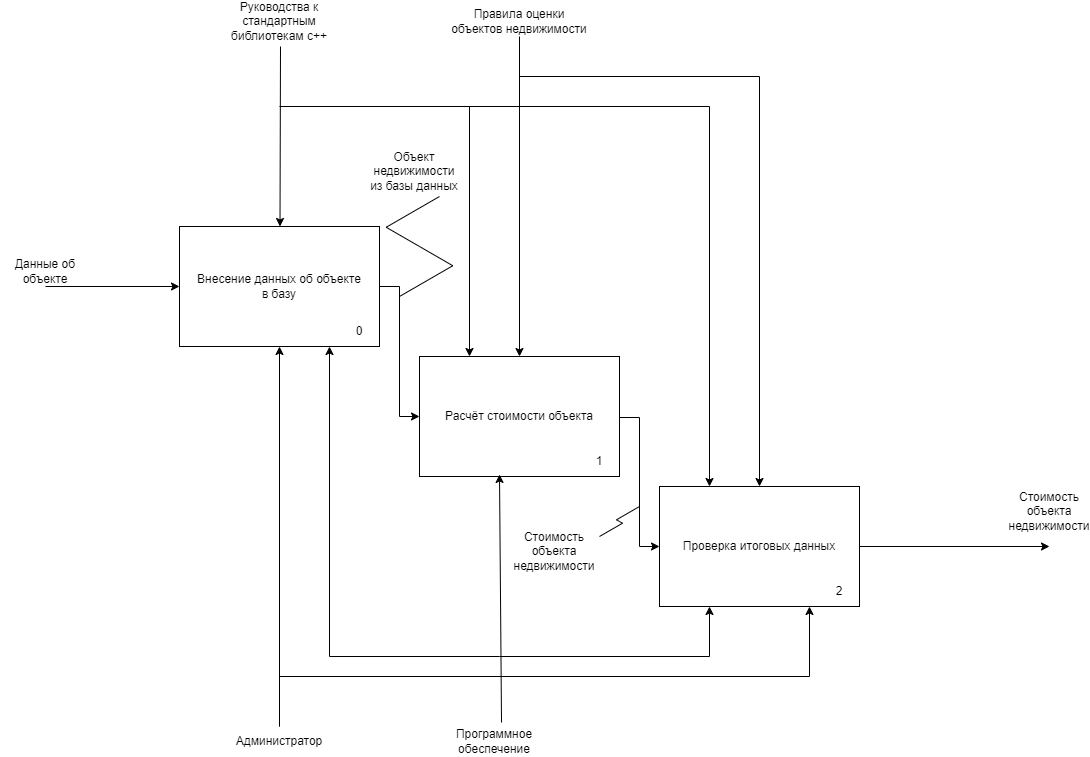
The draw.io diagram Бюрократия/Картинки-схемы/IDEF0BOOPID2.drawio.png in ThomasCharester/KursuckBOOPID, before a commit. Source tidied: cells renumbered, new cells last; positions are measured from the earlier drawing's top-left corner, leaving out a move shared by most shapes. The source it was exported from:
```xml
<mxGraphModel>
  <root>
    <mxCell id="0" />
    <mxCell id="1" parent="0" />
    <mxCell id="2" style="edgeStyle=orthogonalEdgeStyle;rounded=0;jettySize=auto;html=1;" parent="1" edge="1" source="3" target="14">
      <mxGeometry relative="1" as="geometry" />
    </mxCell>
    <mxCell id="3" value="Правила оценки объектов недвижимости" style="text;html=1;align=center;verticalAlign=middle;whiteSpace=wrap;rounded=0;" parent="1" vertex="1">
      <mxGeometry x="449" width="140" height="30" as="geometry" />
    </mxCell>
    <mxCell id="4" style="endArrow=classic;html=1;rounded=0;exitX=0.5;exitY=1;exitDx=0;exitDy=0;entryX=0;entryY=0.5;entryDx=0;entryDy=0;" parent="1" edge="1" source="5" target="10">
      <mxGeometry relative="1" as="geometry" />
    </mxCell>
    <mxCell id="5" value="Данные об объекте" style="text;html=1;align=center;verticalAlign=middle;whiteSpace=wrap;rounded=0;" parent="1" vertex="1">
      <mxGeometry y="250" width="90" height="30" as="geometry" />
    </mxCell>
    <mxCell id="6" style="edgeStyle=orthogonalEdgeStyle;rounded=0;jettySize=auto;html=1;entryX=0.75;entryY=1;entryDx=0;entryDy=0;" parent="1" edge="1" source="7" target="19">
      <mxGeometry relative="1" as="geometry">
        <Array as="points">
          <mxPoint x="279" y="670" />
          <mxPoint x="809" y="670" />
        </Array>
      </mxGeometry>
    </mxCell>
    <mxCell id="7" value="Администратор" style="text;html=1;align=center;verticalAlign=middle;whiteSpace=wrap;rounded=0;" parent="1" vertex="1">
      <mxGeometry x="234" y="720" width="90" height="30" as="geometry" />
    </mxCell>
    <mxCell id="8" style="edgeStyle=orthogonalEdgeStyle;rounded=0;orthogonalLoop=1;jettySize=auto;html=1;exitX=1;exitY=0.5;exitDx=0;exitDy=0;" parent="1" edge="1">
      <mxGeometry relative="1" as="geometry">
        <mxPoint x="859" y="540" as="sourcePoint" />
        <mxPoint x="1049" y="540" as="targetPoint" />
      </mxGeometry>
    </mxCell>
    <mxCell id="9" style="edgeStyle=orthogonalEdgeStyle;rounded=0;jettySize=auto;html=1;entryX=0;entryY=0.5;entryDx=0;entryDy=0;" parent="1" edge="1" source="10" target="14">
      <mxGeometry relative="1" as="geometry" />
    </mxCell>
    <mxCell id="10" value="Внесение данных об объекте&lt;br&gt;в базу" style="rounded=0;whiteSpace=wrap;html=1;" parent="1" vertex="1">
      <mxGeometry x="179" y="220" width="200" height="120" as="geometry" />
    </mxCell>
    <mxCell id="11" value="0" style="text;html=1;align=center;verticalAlign=middle;whiteSpace=wrap;rounded=0;" parent="1" vertex="1">
      <mxGeometry x="329" y="310" width="60" height="30" as="geometry" />
    </mxCell>
    <mxCell id="12" style="edgeStyle=orthogonalEdgeStyle;rounded=0;jettySize=auto;html=1;entryX=0.5;entryY=1;entryDx=0;entryDy=0;" parent="1" edge="1" source="7" target="10">
      <mxGeometry relative="1" as="geometry" />
    </mxCell>
    <mxCell id="13" value="Стоимость объекта недвижимости" style="text;html=1;align=center;verticalAlign=middle;whiteSpace=wrap;rounded=0;" parent="1" vertex="1">
      <mxGeometry x="1009" y="490" width="80" height="30" as="geometry" />
    </mxCell>
    <mxCell id="14" value="Расчёт стоимости объекта" style="rounded=0;whiteSpace=wrap;html=1;" parent="1" vertex="1">
      <mxGeometry x="419" y="350" width="200" height="120" as="geometry" />
    </mxCell>
    <mxCell id="15" value="1" style="text;html=1;align=center;verticalAlign=middle;whiteSpace=wrap;rounded=0;" parent="1" vertex="1">
      <mxGeometry x="569" y="440" width="60" height="30" as="geometry" />
    </mxCell>
    <mxCell id="16" style="edgeStyle=isometricEdgeStyle;endArrow=none;html=1;rounded=0;" parent="1" edge="1">
      <mxGeometry relative="1" as="geometry">
        <mxPoint x="399" y="290" as="sourcePoint" />
        <mxPoint x="439" y="190" as="targetPoint" />
      </mxGeometry>
    </mxCell>
    <mxCell id="17" value="Объект недвижимости из базы данных" style="text;html=1;align=center;verticalAlign=middle;whiteSpace=wrap;rounded=0;" parent="1" vertex="1">
      <mxGeometry x="369" y="150" width="90" height="30" as="geometry" />
    </mxCell>
    <mxCell id="18" style="edgeStyle=orthogonalEdgeStyle;rounded=0;jettySize=auto;html=1;entryX=0;entryY=0.5;entryDx=0;entryDy=0;" parent="1" edge="1" target="19">
      <mxGeometry relative="1" as="geometry">
        <mxPoint x="619" y="410" as="sourcePoint" />
        <Array as="points">
          <mxPoint x="619" y="411" />
          <mxPoint x="639" y="411" />
          <mxPoint x="639" y="540" />
        </Array>
      </mxGeometry>
    </mxCell>
    <mxCell id="19" value="Проверка итоговых данных" style="rounded=0;whiteSpace=wrap;html=1;" parent="1" vertex="1">
      <mxGeometry x="659" y="480" width="200" height="120" as="geometry" />
    </mxCell>
    <mxCell id="20" value="2" style="text;html=1;align=center;verticalAlign=middle;whiteSpace=wrap;rounded=0;" parent="1" vertex="1">
      <mxGeometry x="809" y="570" width="60" height="30" as="geometry" />
    </mxCell>
    <mxCell id="21" style="edgeStyle=isometricEdgeStyle;endArrow=none;html=1;rounded=0;entryX=1;entryY=0;entryDx=0;entryDy=0;" parent="1" edge="1" target="22">
      <mxGeometry relative="1" as="geometry">
        <mxPoint x="639" y="500" as="sourcePoint" />
      </mxGeometry>
    </mxCell>
    <mxCell id="22" value="Стоимость объекта недвижимости" style="text;html=1;align=center;verticalAlign=middle;whiteSpace=wrap;rounded=0;" parent="1" vertex="1">
      <mxGeometry x="509" y="530" width="90" height="30" as="geometry" />
    </mxCell>
    <mxCell id="23" style="endArrow=classic;html=1;rounded=0;entryX=0.205;entryY=0;entryDx=0;entryDy=0;entryPerimeter=0;" parent="1" edge="1">
      <mxGeometry relative="1" as="geometry">
        <mxPoint x="280" y="40" as="sourcePoint" />
        <mxPoint x="279.5" y="220" as="targetPoint" />
      </mxGeometry>
    </mxCell>
    <mxCell id="24" value="Руководства к стандартным библиотекам c++" style="text;html=1;align=center;verticalAlign=middle;whiteSpace=wrap;rounded=0;" parent="1" vertex="1">
      <mxGeometry x="209" width="140" height="30" as="geometry" />
    </mxCell>
    <mxCell id="25" style="endArrow=classic;html=1;rounded=0;" parent="1" edge="1" target="19">
      <mxGeometry relative="1" as="geometry">
        <mxPoint x="519" y="70" as="sourcePoint" />
        <Array as="points">
          <mxPoint x="759" y="70" />
        </Array>
      </mxGeometry>
    </mxCell>
    <mxCell id="26" style="endArrow=classic;html=1;rounded=0;entryX=0.25;entryY=0;entryDx=0;entryDy=0;" parent="1" edge="1" target="19">
      <mxGeometry relative="1" as="geometry">
        <mxPoint x="279" y="100" as="sourcePoint" />
        <Array as="points">
          <mxPoint x="709" y="100" />
        </Array>
      </mxGeometry>
    </mxCell>
    <mxCell id="27" style="endArrow=classic;html=1;rounded=0;entryX=0.25;entryY=0;entryDx=0;entryDy=0;" parent="1" edge="1" target="14">
      <mxGeometry relative="1" as="geometry">
        <mxPoint x="469" y="100" as="sourcePoint" />
      </mxGeometry>
    </mxCell>
    <mxCell id="28" style="endArrow=classic;html=1;rounded=0;entryX=0.4;entryY=0.983;entryDx=0;entryDy=0;entryPerimeter=0;exitX=0.578;exitY=-0.133;exitDx=0;exitDy=0;exitPerimeter=0;" parent="1" edge="1" source="29" target="14">
      <mxGeometry relative="1" as="geometry" />
    </mxCell>
    <mxCell id="29" value="Программное обеспечение" style="text;html=1;align=center;verticalAlign=middle;whiteSpace=wrap;rounded=0;" parent="1" vertex="1">
      <mxGeometry x="449" y="720" width="90" height="30" as="geometry" />
    </mxCell>
    <mxCell id="30" style="endArrow=classic;html=1;rounded=0;entryX=0.75;entryY=1;entryDx=0;entryDy=0;" parent="1" edge="1" target="10">
      <mxGeometry relative="1" as="geometry">
        <mxPoint x="499" y="650" as="sourcePoint" />
        <Array as="points">
          <mxPoint x="329" y="650" />
        </Array>
      </mxGeometry>
    </mxCell>
    <mxCell id="31" style="endArrow=classic;html=1;rounded=0;entryX=0.25;entryY=1;entryDx=0;entryDy=0;" parent="1" edge="1" target="19">
      <mxGeometry relative="1" as="geometry">
        <mxPoint x="499" y="650" as="sourcePoint" />
        <Array as="points">
          <mxPoint x="709" y="650" />
        </Array>
      </mxGeometry>
    </mxCell>
  </root>
</mxGraphModel>
```
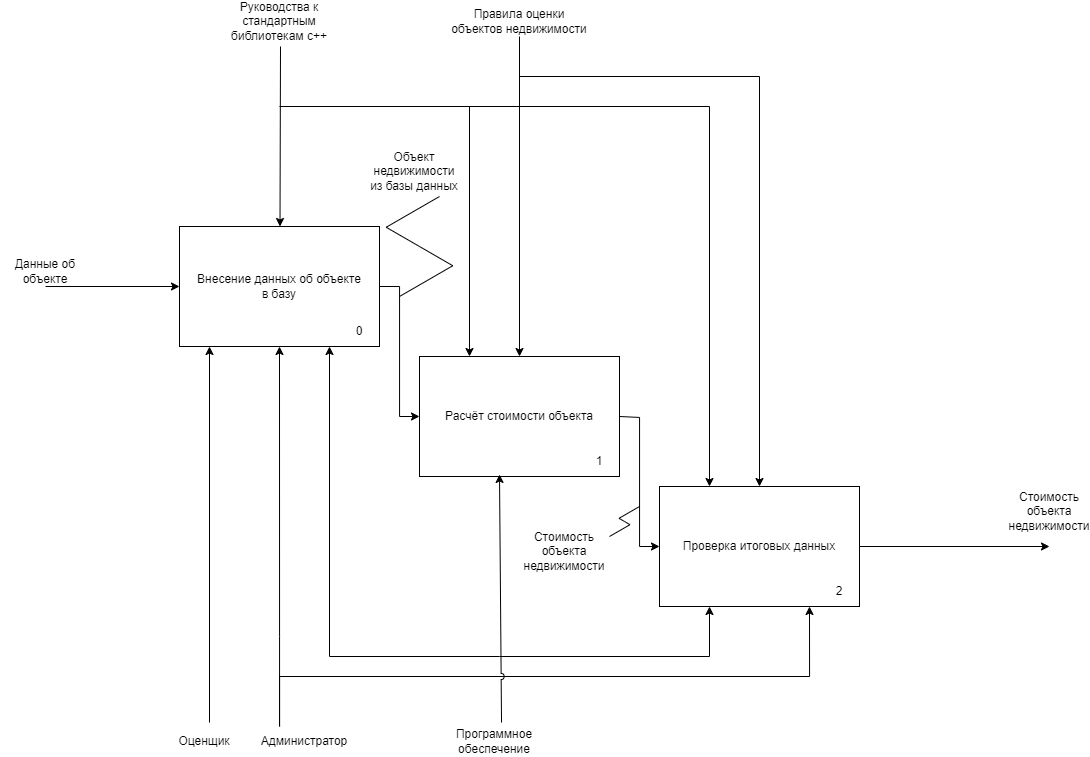
Above is the later version.

The edit, as a diff of the source:
```diff
@@ -2,7 +2,7 @@
   <root>
     <mxCell id="0" />
     <mxCell id="1" parent="0" />
-    <mxCell id="2" style="edgeStyle=orthogonalEdgeStyle;rounded=0;jettySize=auto;html=1;" parent="1" edge="1" source="3" target="14">
+    <mxCell id="2" style="edgeStyle=orthogonalEdgeStyle;rounded=0;jettySize=auto;html=1;jumpStyle=arc;" parent="1" edge="1" source="3" target="14">
       <mxGeometry relative="1" as="geometry" />
     </mxCell>
     <mxCell id="3" value="Правила оценки объектов недвижимости" style="text;html=1;align=center;verticalAlign=middle;whiteSpace=wrap;rounded=0;" parent="1" vertex="1">
@@ -23,7 +23,7 @@
       </mxGeometry>
     </mxCell>
     <mxCell id="7" value="Администратор" style="text;html=1;align=center;verticalAlign=middle;whiteSpace=wrap;rounded=0;" parent="1" vertex="1">
-      <mxGeometry x="234" y="720" width="90" height="30" as="geometry" />
+      <mxGeometry x="259" y="720" width="90" height="30" as="geometry" />
     </mxCell>
     <mxCell id="8" style="edgeStyle=orthogonalEdgeStyle;rounded=0;orthogonalLoop=1;jettySize=auto;html=1;exitX=1;exitY=0.5;exitDx=0;exitDy=0;" parent="1" edge="1">
       <mxGeometry relative="1" as="geometry">
@@ -41,7 +41,12 @@
       <mxGeometry x="329" y="310" width="60" height="30" as="geometry" />
     </mxCell>
     <mxCell id="12" style="edgeStyle=orthogonalEdgeStyle;rounded=0;jettySize=auto;html=1;entryX=0.5;entryY=1;entryDx=0;entryDy=0;" parent="1" edge="1" source="7" target="10">
-      <mxGeometry relative="1" as="geometry" />
+      <mxGeometry relative="1" as="geometry">
+        <Array as="points">
+          <mxPoint x="279" y="630" />
+          <mxPoint x="279" y="630" />
+        </Array>
+      </mxGeometry>
     </mxCell>
     <mxCell id="13" value="Стоимость объекта недвижимости" style="text;html=1;align=center;verticalAlign=middle;whiteSpace=wrap;rounded=0;" parent="1" vertex="1">
       <mxGeometry x="1009" y="490" width="80" height="30" as="geometry" />
@@ -83,7 +88,7 @@
       </mxGeometry>
     </mxCell>
     <mxCell id="22" value="Стоимость объекта недвижимости" style="text;html=1;align=center;verticalAlign=middle;whiteSpace=wrap;rounded=0;" parent="1" vertex="1">
-      <mxGeometry x="509" y="530" width="90" height="30" as="geometry" />
+      <mxGeometry x="519" y="530" width="90" height="30" as="geometry" />
     </mxCell>
     <mxCell id="23" style="endArrow=classic;html=1;rounded=0;entryX=0.205;entryY=0;entryDx=0;entryDy=0;entryPerimeter=0;" parent="1" edge="1">
       <mxGeometry relative="1" as="geometry">
@@ -115,7 +120,7 @@
         <mxPoint x="469" y="100" as="sourcePoint" />
       </mxGeometry>
     </mxCell>
-    <mxCell id="28" style="endArrow=classic;html=1;rounded=0;entryX=0.4;entryY=0.983;entryDx=0;entryDy=0;entryPerimeter=0;exitX=0.578;exitY=-0.133;exitDx=0;exitDy=0;exitPerimeter=0;" parent="1" edge="1" source="29" target="14">
+    <mxCell id="28" style="endArrow=classic;html=1;rounded=0;entryX=0.4;entryY=0.983;entryDx=0;entryDy=0;entryPerimeter=0;exitX=0.578;exitY=-0.133;exitDx=0;exitDy=0;exitPerimeter=0;jumpStyle=arc;jumpSize=6;" parent="1" edge="1" source="29" target="14">
       <mxGeometry relative="1" as="geometry" />
     </mxCell>
     <mxCell id="29" value="Программное обеспечение" style="text;html=1;align=center;verticalAlign=middle;whiteSpace=wrap;rounded=0;" parent="1" vertex="1">
@@ -137,5 +142,13 @@
         </Array>
       </mxGeometry>
     </mxCell>
+    <mxCell id="32" style="endArrow=classic;html=1;rounded=0;entryX=0.15;entryY=1;entryDx=0;entryDy=0;entryPerimeter=0;" parent="1" edge="1" target="10">
+      <mxGeometry relative="1" as="geometry">
+        <mxPoint x="209" y="716" as="sourcePoint" />
+      </mxGeometry>
+    </mxCell>
+    <mxCell id="33" value="Оценщик" style="text;html=1;align=center;verticalAlign=middle;whiteSpace=wrap;rounded=0;" parent="1" vertex="1">
+      <mxGeometry x="159" y="720" width="90" height="30" as="geometry" />
+    </mxCell>
   </root>
 </mxGraphModel>
```
